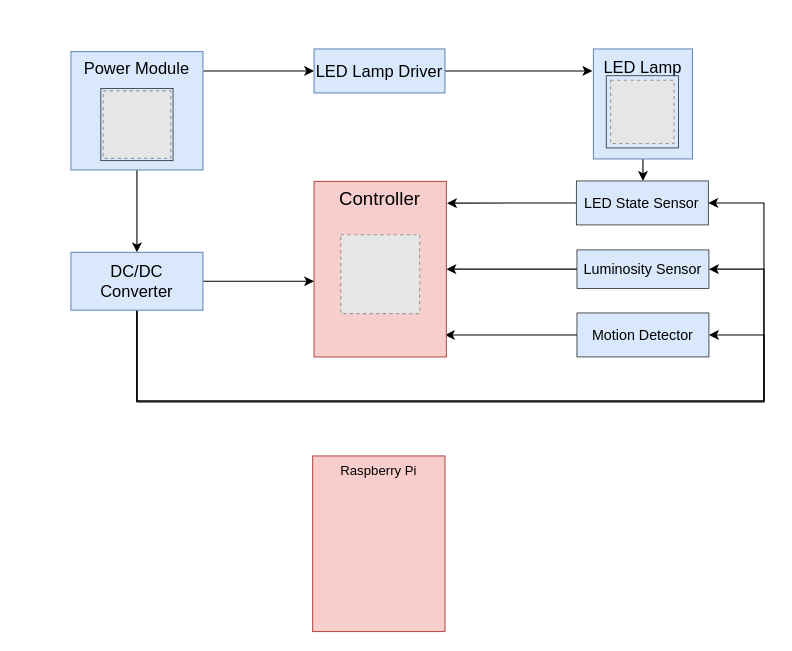
Above: page "hw_arch" (3 of 4) of project/report/flowcharts/system_overview.drawio in ESRGgroup9/slipad (draw.io), before the change. Source tidied: cells renumbered, new cells numbered last; positions are measured from the earlier drawing's top-left corner, leaving out a move shared by most shapes. Both pictures are drawn from the tidied source at 110%, with x=0, y=0 at pixel (70, 48). Pictures stored in the file or linked from it are replaced by grey dashed boxes.
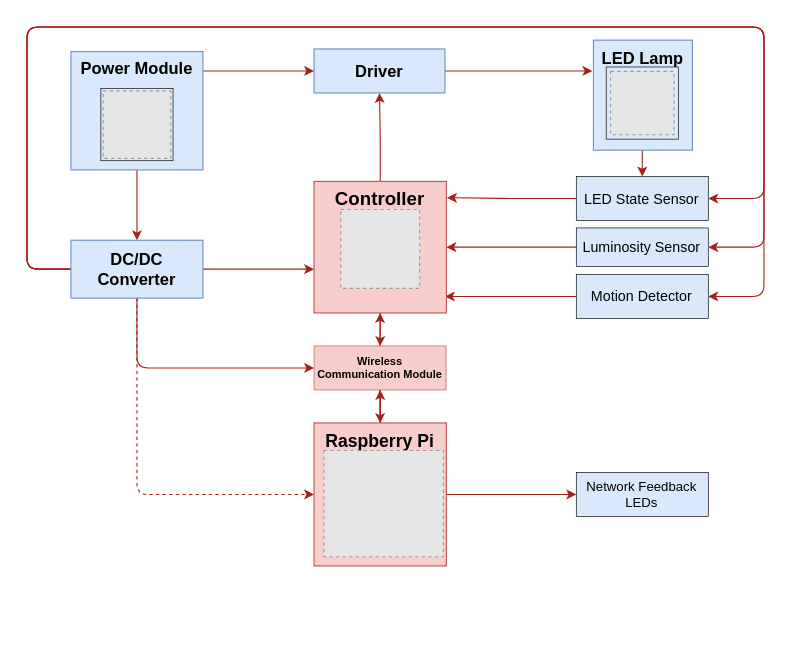
The same diagram, later.

The edit, as a diff of the source:
```diff
@@
-    <mxCell id="2" style="edgeStyle=orthogonalEdgeStyle;rounded=0;jettySize=auto;html=1;entryX=0.5;entryY=0;entryDx=0;entryDy=0;labelBackgroundColor=default;labelBorderColor=default;fontSize=13;fontColor=default;strokeColor=default;" parent="1" edge="1" source="3" target="9">
-      <mxGeometry relative="1" as="geometry" />
+    <mxCell id="2" style="edgeStyle=orthogonalEdgeStyle;rounded=1;jettySize=auto;html=1;entryX=0.5;entryY=0;entryDx=0;entryDy=0;labelBackgroundColor=default;labelBorderColor=default;fontSize=13;fontColor=default;strokeColor=#A8201A;" parent="1" edge="1" source="3" target="9">
+      <mxGeometry relative="1" as="geometry">
+        <Array as="points">
+          <mxPoint x="520" y="116" />
+        </Array>
+      </mxGeometry>
     </mxCell>
-    <mxCell id="3" value="&lt;font style=&quot;font-size: 15px&quot;&gt;LED&lt;font style=&quot;font-size: 15px&quot;&gt;&lt;span&gt; Lamp&lt;/span&gt;&lt;/font&gt;&lt;/font&gt;" style="rounded=0;whiteSpace=wrap;html=1;fillColor=#dae8fc;strokeColor=#6c8ebf;fontColor=default;fontSize=17;verticalAlign=top;fontStyle=0;" parent="1" vertex="1">
-      <mxGeometry x="475" width="90" height="100" as="geometry" />
+    <mxCell id="3" value="&lt;font style=&quot;font-size: 15px&quot;&gt;LED&lt;font style=&quot;font-size: 15px&quot;&gt;&lt;span&gt; Lamp&lt;/span&gt;&lt;/font&gt;&lt;/font&gt;" style="rounded=0;whiteSpace=wrap;html=1;fillColor=#dae8fc;strokeColor=#6c8ebf;fontColor=default;fontSize=17;verticalAlign=top;fontStyle=1;" parent="1" vertex="1">
+      <mxGeometry x="475" y="-8" width="90" height="100" as="geometry" />
     </mxCell>
-    <mxCell id="4" style="edgeStyle=orthogonalEdgeStyle;rounded=0;jettySize=auto;html=1;entryX=1;entryY=0.5;entryDx=0;entryDy=0;labelBackgroundColor=default;labelBorderColor=default;fontSize=13;fontColor=default;strokeColor=default;" parent="1" edge="1" source="5" target="10">
+    <mxCell id="4" style="edgeStyle=orthogonalEdgeStyle;rounded=1;jettySize=auto;html=1;entryX=1;entryY=0.5;entryDx=0;entryDy=0;labelBackgroundColor=default;labelBorderColor=default;fontSize=13;fontColor=default;strokeColor=#A8201A;" parent="1" edge="1" source="5" target="10">
       <mxGeometry relative="1" as="geometry" />
     </mxCell>
     <mxCell id="5" value="Luminosity Sensor" style="text;html=1;strokeColor=#000000;fillColor=#dae8fc;align=center;verticalAlign=middle;whiteSpace=wrap;rounded=0;sketch=0;fontSize=13;strokeWidth=0.6;fontColor=default;fontStyle=0;" parent="1" vertex="1">
-      <mxGeometry x="460" y="182.7" width="120" height="35" as="geometry" />
+      <mxGeometry x="459.4" y="162.7" width="120" height="35" as="geometry" />
     </mxCell>
-    <mxCell id="6" style="edgeStyle=orthogonalEdgeStyle;rounded=0;jettySize=auto;html=1;entryX=0.989;entryY=0.875;entryDx=0;entryDy=0;entryPerimeter=0;labelBackgroundColor=default;labelBorderColor=default;fontSize=13;fontColor=default;strokeColor=default;" parent="1" edge="1" source="7" target="10">
+    <mxCell id="6" style="edgeStyle=orthogonalEdgeStyle;rounded=1;jettySize=auto;html=1;entryX=0.989;entryY=0.875;entryDx=0;entryDy=0;entryPerimeter=0;labelBackgroundColor=default;labelBorderColor=default;fontSize=13;fontColor=default;strokeColor=#A8201A;" parent="1" edge="1" source="7" target="10">
       <mxGeometry relative="1" as="geometry" />
     </mxCell>
     <mxCell id="7" value="&lt;font style=&quot;font-size: 13px;&quot;&gt;Motion Detector&lt;/font&gt;" style="text;html=1;strokeColor=#000000;fillColor=#dae8fc;align=center;verticalAlign=middle;whiteSpace=wrap;rounded=0;sketch=0;fontSize=13;strokeWidth=0.6;fontColor=default;fontStyle=0;" parent="1" vertex="1">
-      <mxGeometry x="460" y="240" width="120" height="40" as="geometry" />
+      <mxGeometry x="459.4" y="205" width="120" height="40" as="geometry" />
     </mxCell>
-    <mxCell id="8" style="edgeStyle=orthogonalEdgeStyle;rounded=0;jettySize=auto;html=1;entryX=1.005;entryY=0.124;entryDx=0;entryDy=0;entryPerimeter=0;labelBackgroundColor=default;labelBorderColor=default;fontSize=13;fontColor=default;strokeColor=default;" parent="1" edge="1" source="9" target="10">
+    <mxCell id="8" style="edgeStyle=orthogonalEdgeStyle;rounded=1;jettySize=auto;html=1;entryX=1.005;entryY=0.124;entryDx=0;entryDy=0;entryPerimeter=0;labelBackgroundColor=default;labelBorderColor=default;fontSize=13;fontColor=default;strokeColor=#A8201A;" parent="1" edge="1" source="9" target="10">
       <mxGeometry relative="1" as="geometry" />
     </mxCell>
     <mxCell id="9" value="LED State Sensor" style="text;html=1;strokeColor=#000000;fillColor=#dae8fc;align=center;verticalAlign=middle;whiteSpace=wrap;rounded=0;sketch=0;fontSize=13;strokeWidth=0.6;fontColor=default;fontStyle=0;" parent="1" vertex="1">
-      <mxGeometry x="459.4" y="120" width="120" height="40" as="geometry" />
+      <mxGeometry x="459.4" y="116" width="120" height="40" as="geometry" />
     </mxCell>
+    <mxCell id="27" style="edgeStyle=orthogonalEdgeStyle;rounded=1;jettySize=auto;html=1;entryX=0.5;entryY=1;entryDx=0;entryDy=0;labelBackgroundColor=default;labelBorderColor=default;fontSize=9;fontColor=default;strokeColor=#A8201A;" parent="1" edge="1" source="10" target="15">
+      <mxGeometry relative="1" as="geometry" />
+    </mxCell>
+    <mxCell id="28" style="edgeStyle=orthogonalEdgeStyle;rounded=1;jettySize=auto;html=1;entryX=0.5;entryY=0;entryDx=0;entryDy=0;labelBackgroundColor=default;labelBorderColor=default;fontSize=10;fontColor=default;strokeColor=#A8201A;" parent="1" edge="1" source="10" target="36">
+      <mxGeometry relative="1" as="geometry" />
+    </mxCell>
-    <mxCell id="10" value="&lt;div&gt;&lt;font size=&quot;1&quot;&gt;&lt;span style=&quot;font-size: 17px&quot;&gt;Controller&lt;/span&gt;&lt;/font&gt;&lt;/div&gt;&lt;div&gt;&lt;br&gt;&lt;/div&gt;" style="rounded=0;whiteSpace=wrap;html=1;fillColor=#f8cecc;strokeColor=#b85450;fontColor=default;verticalAlign=top;fontStyle=0;" parent="1" vertex="1">
-      <mxGeometry x="221" y="120.4" width="120.3" height="159.6" as="geometry" />
+    <mxCell id="10" value="&lt;div&gt;&lt;font size=&quot;1&quot;&gt;&lt;span style=&quot;font-size: 17px&quot;&gt;Controller&lt;/span&gt;&lt;/font&gt;&lt;/div&gt;&lt;div&gt;&lt;br&gt;&lt;/div&gt;" style="rounded=0;whiteSpace=wrap;html=1;fillColor=#f8cecc;strokeColor=#b85450;fontColor=default;verticalAlign=top;fontStyle=1;" parent="1" vertex="1">
+      <mxGeometry x="221" y="120.4" width="120.3" height="119.6" as="geometry" />
     </mxCell>
-    <mxCell id="11" style="edgeStyle=orthogonalEdgeStyle;rounded=0;jettySize=auto;html=1;entryX=0;entryY=0.5;entryDx=0;entryDy=0;labelBackgroundColor=default;fontSize=13;fontColor=default;strokeColor=default;" parent="1" edge="1" source="13" target="15">
+    <mxCell id="11" style="edgeStyle=orthogonalEdgeStyle;rounded=1;jettySize=auto;html=1;entryX=0;entryY=0.5;entryDx=0;entryDy=0;labelBackgroundColor=default;fontSize=13;fontColor=default;strokeColor=#A8201A;labelBorderColor=default;" parent="1" edge="1" source="13" target="15">
       <mxGeometry relative="1" as="geometry">
         <Array as="points">
           <mxPoint x="60" y="20" />
         </Array>
       </mxGeometry>
     </mxCell>
-    <mxCell id="12" style="edgeStyle=orthogonalEdgeStyle;rounded=0;jettySize=auto;html=1;entryX=0.5;entryY=0;entryDx=0;entryDy=0;labelBackgroundColor=default;labelBorderColor=default;fontSize=13;fontColor=default;strokeColor=default;" parent="1" edge="1" source="13" target="20">
+    <mxCell id="12" style="edgeStyle=orthogonalEdgeStyle;rounded=1;jettySize=auto;html=1;entryX=0.5;entryY=0;entryDx=0;entryDy=0;labelBackgroundColor=default;labelBorderColor=default;fontSize=13;fontColor=default;strokeColor=#A8201A;" parent="1" edge="1" source="13" target="20">
       <mxGeometry relative="1" as="geometry" />
     </mxCell>
-    <mxCell id="13" value="Power Module" style="rounded=0;whiteSpace=wrap;html=1;fillColor=#dae8fc;strokeColor=#6c8ebf;fontColor=default;fontStyle=0;verticalAlign=top;fontSize=15;" parent="1" vertex="1">
+    <mxCell id="13" value="Power Module" style="rounded=0;whiteSpace=wrap;html=1;fillColor=#dae8fc;strokeColor=#6c8ebf;fontColor=default;fontStyle=1;verticalAlign=top;fontSize=15;" parent="1" vertex="1">
       <mxGeometry y="2.4" width="120" height="107.6" as="geometry" />
     </mxCell>
-    <mxCell id="14" style="edgeStyle=orthogonalEdgeStyle;rounded=0;jettySize=auto;html=1;labelBackgroundColor=default;fontSize=13;fontColor=default;strokeColor=default;" parent="1" edge="1" source="15">
+    <mxCell id="14" style="edgeStyle=orthogonalEdgeStyle;rounded=1;jettySize=auto;html=1;labelBackgroundColor=default;fontSize=13;fontColor=default;strokeColor=#A8201A;labelBorderColor=default;" parent="1" edge="1" source="15">
       <mxGeometry relative="1" as="geometry">
         <mxPoint x="474" y="20" as="targetPoint" />
       </mxGeometry>
     </mxCell>
-    <mxCell id="15" value="&lt;div style=&quot;font-size: 15px;&quot;&gt;&lt;font style=&quot;font-size: 15px;&quot;&gt;&lt;span style=&quot;font-size: 15px;&quot;&gt;LED Lamp&lt;/span&gt;&lt;/font&gt; Driver&lt;/div&gt;" style="rounded=0;whiteSpace=wrap;html=1;fillColor=#dae8fc;strokeColor=#6c8ebf;fontColor=default;fontSize=15;verticalAlign=middle;fontStyle=0;align=center;" parent="1" vertex="1">
+    <mxCell id="15" value="&lt;div style=&quot;font-size: 15px&quot;&gt;Driver&lt;/div&gt;" style="rounded=0;whiteSpace=wrap;html=1;fillColor=#dae8fc;strokeColor=#6c8ebf;fontColor=default;fontSize=15;verticalAlign=middle;fontStyle=1;align=center;" parent="1" vertex="1">
       <mxGeometry x="221" width="119" height="40" as="geometry" />
     </mxCell>
-    <mxCell id="16" style="edgeStyle=orthogonalEdgeStyle;rounded=0;jettySize=auto;html=1;labelBackgroundColor=default;labelBorderColor=default;fontSize=13;fontColor=default;strokeColor=default;" parent="1" edge="1" source="20" target="10">
+    <mxCell id="16" style="edgeStyle=orthogonalEdgeStyle;rounded=1;jettySize=auto;html=1;labelBackgroundColor=default;labelBorderColor=default;fontSize=13;fontColor=default;strokeColor=#A8201A;" parent="1" edge="1" source="20" target="10">
       <mxGeometry relative="1" as="geometry">
         <Array as="points">
-          <mxPoint x="190" y="211" />
-          <mxPoint x="190" y="211" />
+          <mxPoint x="160" y="200" />
+          <mxPoint x="160" y="200" />
         </Array>
       </mxGeometry>
     </mxCell>
-    <mxCell id="17" style="edgeStyle=orthogonalEdgeStyle;rounded=0;jettySize=auto;html=1;labelBackgroundColor=default;labelBorderColor=default;fontSize=13;fontColor=default;strokeColor=default;entryX=1;entryY=0.5;entryDx=0;entryDy=0;" parent="1" edge="1" source="20" target="9">
+    <mxCell id="17" style="edgeStyle=orthogonalEdgeStyle;rounded=1;jettySize=auto;html=1;labelBackgroundColor=default;labelBorderColor=default;fontSize=13;fontColor=default;strokeColor=#A8201A;entryX=1;entryY=0.5;entryDx=0;entryDy=0;" parent="1" edge="1" source="20" target="9">
       <mxGeometry relative="1" as="geometry">
         <Array as="points">
-          <mxPoint x="60" y="321" />
-          <mxPoint x="630" y="321" />
-          <mxPoint x="630" y="140" />
+          <mxPoint x="-40" y="200" />
+          <mxPoint x="-40" y="-20" />
+          <mxPoint x="630" y="-20" />
+          <mxPoint x="630" y="136" />
         </Array>
       </mxGeometry>
     </mxCell>
-    <mxCell id="18" style="edgeStyle=orthogonalEdgeStyle;rounded=0;jettySize=auto;html=1;entryX=1;entryY=0.5;entryDx=0;entryDy=0;labelBackgroundColor=default;labelBorderColor=default;fontSize=13;fontColor=default;strokeColor=default;" parent="1" edge="1" source="20" target="5">
+    <mxCell id="18" style="edgeStyle=orthogonalEdgeStyle;rounded=1;jettySize=auto;html=1;entryX=1;entryY=0.5;entryDx=0;entryDy=0;labelBackgroundColor=default;labelBorderColor=default;fontSize=13;fontColor=default;strokeColor=#A8201A;" parent="1" edge="1" source="20" target="5">
       <mxGeometry relative="1" as="geometry">
         <Array as="points">
-          <mxPoint x="60" y="320" />
-          <mxPoint x="630" y="320" />
-          <mxPoint x="630" y="200" />
+          <mxPoint x="-40" y="200" />
+          <mxPoint x="-40" y="-20" />
+          <mxPoint x="630" y="-20" />
+          <mxPoint x="630" y="180" />
         </Array>
       </mxGeometry>
     </mxCell>
-    <mxCell id="19" style="edgeStyle=orthogonalEdgeStyle;rounded=0;jettySize=auto;html=1;entryX=1;entryY=0.5;entryDx=0;entryDy=0;labelBackgroundColor=default;labelBorderColor=default;fontSize=13;fontColor=default;strokeColor=default;" parent="1" edge="1" source="20" target="7">
+    <mxCell id="19" style="edgeStyle=orthogonalEdgeStyle;rounded=1;jettySize=auto;html=1;entryX=1;entryY=0.5;entryDx=0;entryDy=0;labelBackgroundColor=default;labelBorderColor=default;fontSize=13;fontColor=default;strokeColor=#A8201A;" parent="1" edge="1" source="20" target="7">
       <mxGeometry relative="1" as="geometry">
         <Array as="points">
-          <mxPoint x="60" y="320" />
-          <mxPoint x="630" y="320" />
-          <mxPoint x="630" y="260" />
+          <mxPoint x="-40" y="200" />
+          <mxPoint x="-40" y="-20" />
+          <mxPoint x="630" y="-20" />
+          <mxPoint x="630" y="225" />
         </Array>
       </mxGeometry>
     </mxCell>
+    <mxCell id="29" style="edgeStyle=orthogonalEdgeStyle;rounded=1;jettySize=auto;html=1;entryX=0;entryY=0.5;entryDx=0;entryDy=0;labelBackgroundColor=default;labelBorderColor=default;fontSize=13;fontColor=default;strokeColor=#A8201A;" parent="1" edge="1" source="20" target="36">
+      <mxGeometry relative="1" as="geometry">
+        <Array as="points">
+          <mxPoint x="60" y="290" />
+        </Array>
+      </mxGeometry>
+    </mxCell>
+    <mxCell id="30" style="edgeStyle=orthogonalEdgeStyle;rounded=1;jettySize=auto;html=1;entryX=0;entryY=0.5;entryDx=0;entryDy=0;labelBackgroundColor=default;labelBorderColor=default;fontSize=13;fontColor=default;strokeColor=#A8201A;dashed=1;" parent="1" edge="1" source="20" target="24">
+      <mxGeometry relative="1" as="geometry">
+        <Array as="points">
+          <mxPoint x="60" y="405" />
+        </Array>
+      </mxGeometry>
+    </mxCell>
-    <mxCell id="20" value="&lt;div style=&quot;font-size: 15px;&quot;&gt;DC/DC &lt;br style=&quot;font-size: 15px;&quot;&gt;&lt;/div&gt;&lt;div style=&quot;font-size: 15px;&quot;&gt;Converter&lt;br style=&quot;font-size: 15px;&quot;&gt;&lt;/div&gt;" style="rounded=0;whiteSpace=wrap;html=1;fillColor=#dae8fc;strokeColor=#6c8ebf;fontColor=default;fontStyle=0;verticalAlign=middle;fontSize=15;" parent="1" vertex="1">
-      <mxGeometry y="184.9" width="120" height="52.6" as="geometry" />
+    <mxCell id="20" value="&lt;div style=&quot;font-size: 15px;&quot;&gt;DC/DC &lt;br style=&quot;font-size: 15px;&quot;&gt;&lt;/div&gt;&lt;div style=&quot;font-size: 15px;&quot;&gt;Converter&lt;br style=&quot;font-size: 15px;&quot;&gt;&lt;/div&gt;" style="rounded=0;whiteSpace=wrap;html=1;fillColor=#dae8fc;strokeColor=#6c8ebf;fontColor=default;fontStyle=1;verticalAlign=middle;fontSize=15;" parent="1" vertex="1">
+      <mxGeometry y="173.9" width="120" height="52.6" as="geometry" />
     </mxCell>
@@
     <mxCell id="23" style="fillColor=#E6E6E6;strokeColor=#999999;dashed=1;verticalLabelPosition=bottom;labelBackgroundColor=#ffffff;verticalAlign=top;fontColor=default;" parent="1" vertex="1">
-      <mxGeometry x="245.3" y="168.9" width="71.7" height="71.7" as="geometry" />
+      <mxGeometry x="245.3" y="146" width="71.7" height="71.7" as="geometry" />
     </mxCell>
+    <mxCell id="31" style="edgeStyle=orthogonalEdgeStyle;rounded=1;jettySize=auto;html=1;labelBackgroundColor=default;labelBorderColor=default;fontSize=10;fontColor=default;strokeColor=#A8201A;" parent="1" edge="1" source="24">
+      <mxGeometry relative="1" as="geometry">
+        <mxPoint x="281.1" y="300" as="targetPoint" />
+      </mxGeometry>
+    </mxCell>
+    <mxCell id="32" style="edgeStyle=orthogonalEdgeStyle;rounded=1;jettySize=auto;html=1;labelBackgroundColor=default;labelBorderColor=default;fontSize=10;fontColor=default;strokeColor=#A8201A;" parent="1" edge="1" source="24">
+      <mxGeometry relative="1" as="geometry">
+        <mxPoint x="281.1" y="310" as="targetPoint" />
+      </mxGeometry>
+    </mxCell>
+    <mxCell id="33" style="edgeStyle=orthogonalEdgeStyle;rounded=1;jettySize=auto;html=1;entryX=0;entryY=0.5;entryDx=0;entryDy=0;labelBackgroundColor=default;labelBorderColor=default;fontSize=10;fontColor=default;strokeColor=#A8201A;" parent="1" edge="1" source="24" target="37">
+      <mxGeometry relative="1" as="geometry">
+        <Array as="points">
+          <mxPoint x="430" y="405" />
+          <mxPoint x="430" y="405" />
+        </Array>
+      </mxGeometry>
+    </mxCell>
-    <mxCell id="24" value="Raspberry Pi" style="rounded=0;whiteSpace=wrap;html=1;fillColor=#f8cecc;strokeColor=#b85450;fontColor=default;verticalAlign=top;fontStyle=0;" parent="1" vertex="1">
-      <mxGeometry x="219.7" y="370" width="120.3" height="159.6" as="geometry" />
+    <mxCell id="24" value="Raspberry Pi" style="rounded=0;whiteSpace=wrap;html=1;fillColor=#f8cecc;strokeColor=#b85450;fontColor=default;verticalAlign=top;fontStyle=1;labelBackgroundColor=none;labelBorderColor=none;fontSize=16;" parent="1" vertex="1">
+      <mxGeometry x="221" y="340" width="120.3" height="130" as="geometry" />
     </mxCell>
     <mxCell id="25" style="whiteSpace=wrap;html=1;rounded=0;sketch=0;fillColor=#dae8fc;strokeColor=#000000;strokeWidth=0.6;fontColor=default;" parent="1" vertex="1">
-      <mxGeometry x="486.6" y="24.4" width="65.6" height="65.6" as="geometry" />
+      <mxGeometry x="486.6" y="16.4" width="65.6" height="65.6" as="geometry" />
     </mxCell>
     <mxCell id="26" style="fillColor=#E6E6E6;strokeColor=#999999;dashed=1;verticalLabelPosition=bottom;labelBackgroundColor=#ffffff;verticalAlign=top;fontColor=default;" parent="1" vertex="1">
-      <mxGeometry x="490.6" y="28.4" width="57.6" height="57.6" as="geometry" />
+      <mxGeometry x="490.6" y="20.4" width="57.6" height="57.6" as="geometry" />
     </mxCell>
+    <mxCell id="34" style="edgeStyle=orthogonalEdgeStyle;rounded=1;jettySize=auto;html=1;labelBackgroundColor=default;labelBorderColor=default;fontSize=10;fontColor=default;strokeColor=#A8201A;" parent="1" edge="1" source="36" target="24">
+      <mxGeometry relative="1" as="geometry" />
+    </mxCell>
+    <mxCell id="35" style="edgeStyle=orthogonalEdgeStyle;rounded=1;jettySize=auto;html=1;entryX=0.5;entryY=1;entryDx=0;entryDy=0;labelBackgroundColor=default;labelBorderColor=default;fontSize=10;fontColor=default;strokeColor=#A8201A;" parent="1" edge="1" source="36" target="10">
+      <mxGeometry relative="1" as="geometry" />
+    </mxCell>
+    <mxCell id="36" value="Wireless Communication Module" style="text;html=1;strokeColor=#b85450;fillColor=#f8cecc;align=center;verticalAlign=middle;whiteSpace=wrap;rounded=0;sketch=0;fontSize=10;strokeWidth=0.6;fontStyle=1;labelBackgroundColor=none;labelBorderColor=none;fontColor=default;" parent="1" vertex="1">
+      <mxGeometry x="221" y="270" width="120" height="40" as="geometry" />
+    </mxCell>
+    <mxCell id="37" value="Network Feedback LEDs" style="text;html=1;strokeColor=#000000;fillColor=#dae8fc;align=center;verticalAlign=middle;whiteSpace=wrap;rounded=0;sketch=0;fontSize=12;strokeWidth=0.6;fontColor=default;fontStyle=0;labelBackgroundColor=none;labelBorderColor=none;" parent="1" vertex="1">
+      <mxGeometry x="459.4" y="385" width="120" height="40" as="geometry" />
+    </mxCell>
+    <mxCell id="38" style="fillColor=#E6E6E6;strokeColor=#999999;dashed=1;verticalLabelPosition=bottom;labelBackgroundColor=#ffffff;verticalAlign=top;fontColor=default;" parent="1" vertex="1">
+      <mxGeometry x="230" y="365" width="108.6" height="96.7" as="geometry" />
+    </mxCell>
```
